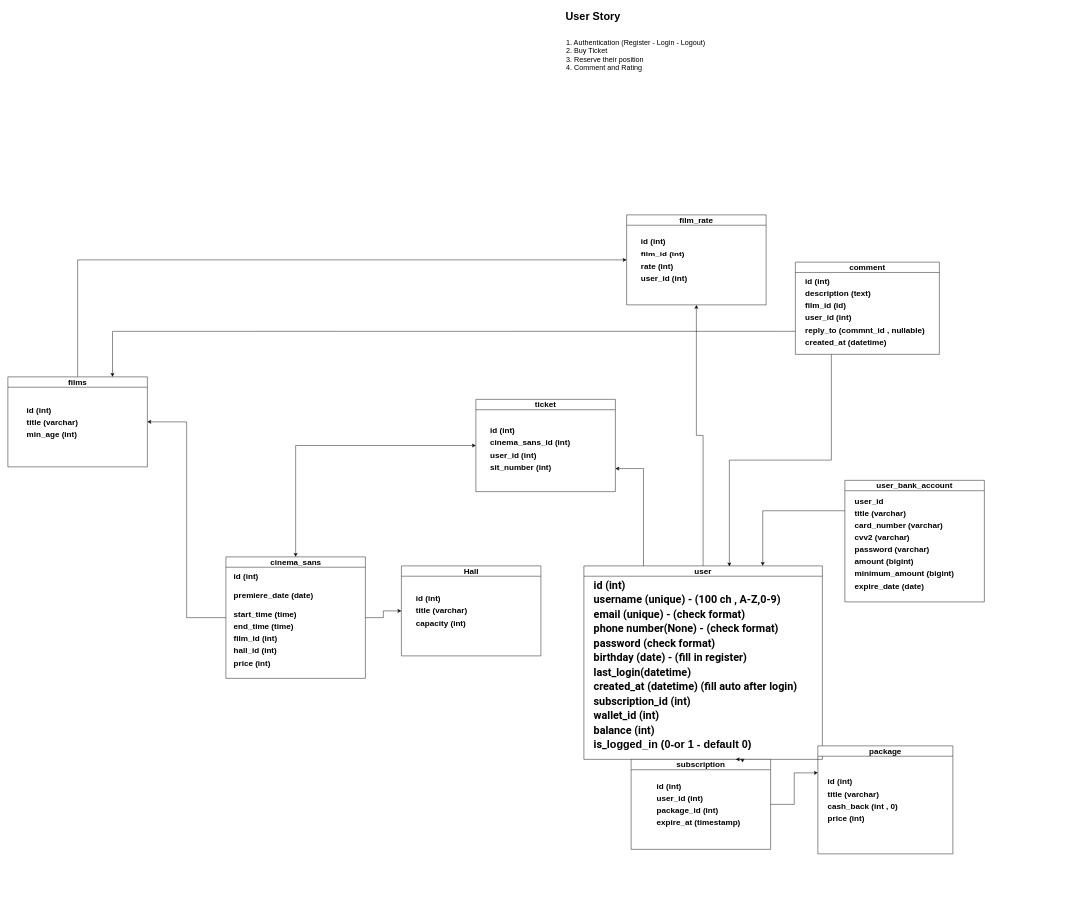
Earlier version of the draw.io diagram cinema-ticket.drawio (mraghdasi/cinema-ticket). Source tidied: cells renumbered, new cells numbered last; positions are measured from the earlier drawing's top-left corner, leaving out a move shared by most shapes. Both pictures are drawn from the tidied source at 45%, with x=0, y=0 at pixel (8, 8).
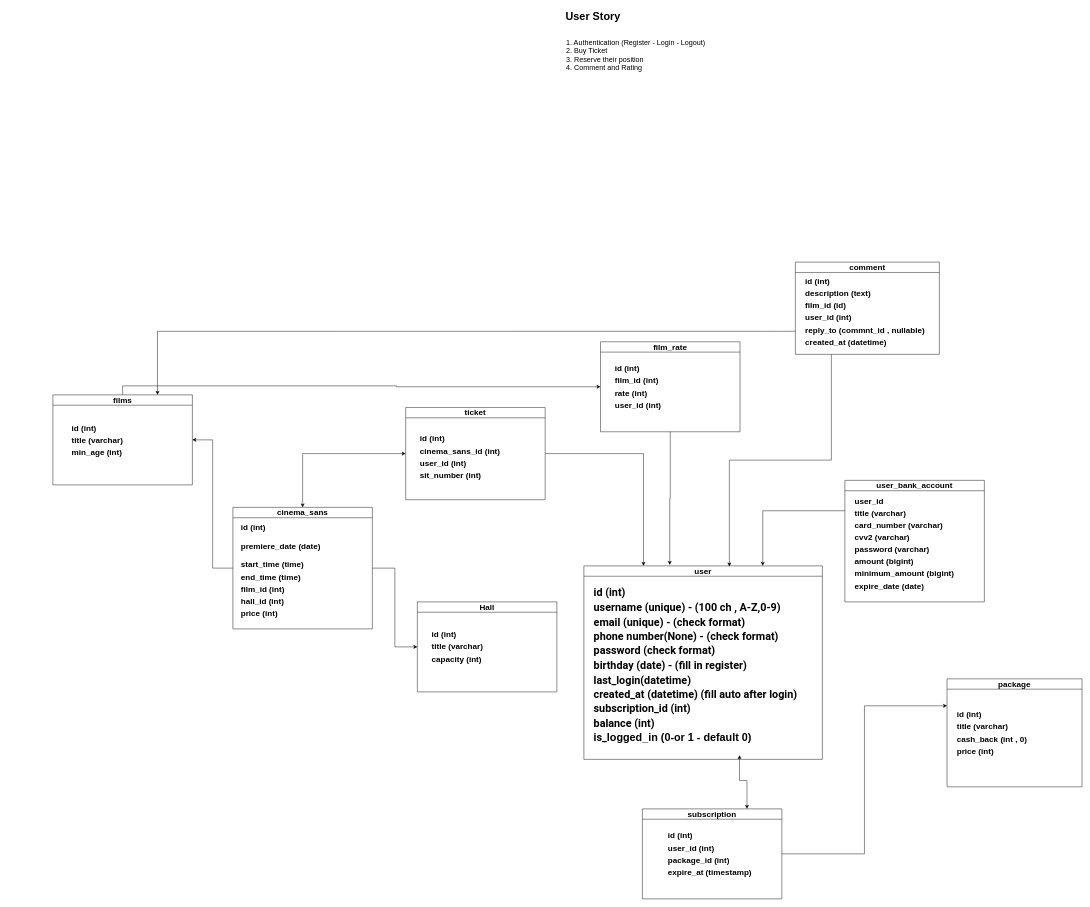
The same page after the edit.

Unchanged cells that the change refers to:
```xml
<mxCell id="8" value="&lt;h2&gt;user&lt;/h2&gt;" style="swimlane;whiteSpace=wrap;html=1;" parent="1" vertex="1">
  <mxGeometry x="1280" y="1240" width="530" height="430" as="geometry" />
</mxCell>
```

Diff of the diagram source:
```diff
@@
     <mxCell id="4" value="&lt;span style=&quot;font-size: 16px;&quot;&gt;&lt;br&gt;&lt;/span&gt;" style="text;html=1;align=left;verticalAlign=middle;strokeColor=none;fillColor=none;" parent="1" vertex="1">
-      <mxGeometry x="1330" y="850" width="20" height="30" as="geometry" />
+      <mxGeometry x="1174" y="868" width="20" height="30" as="geometry" />
     </mxCell>
@@
-    <mxCell id="6" style="edgeStyle=orthogonalEdgeStyle;rounded=0;jettySize=auto;html=1;exitX=0.25;exitY=0;exitDx=0;exitDy=0;entryX=1;entryY=0.75;entryDx=0;entryDy=0;shadow=0;" parent="1" edge="1" source="8" target="24">
-      <mxGeometry relative="1" as="geometry" />
-    </mxCell>
-    <mxCell id="7" style="edgeStyle=orthogonalEdgeStyle;rounded=0;jettySize=auto;html=1;exitX=0.5;exitY=0;exitDx=0;exitDy=0;entryX=0.5;entryY=1;entryDx=0;entryDy=0;" parent="1" edge="1" source="8" target="28">
-      <mxGeometry relative="1" as="geometry" />
-    </mxCell>
@@
-    <mxCell id="9" value="&lt;h1 style=&quot;border-color: var(--border-color); line-height: 130%; font-size: 24px;&quot;&gt;&lt;font style=&quot;font-size: 24px;&quot; face=&quot;Roboto, arial, sans-serif&quot;&gt;id (int)&lt;br&gt;&lt;/font&gt;&lt;font style=&quot;font-size: 24px;&quot; face=&quot;Roboto, arial, sans-serif&quot;&gt;&lt;span style=&quot;&quot;&gt;username (unique) - (100 ch , A-Z,0-9)&lt;br&gt;&lt;/span&gt;&lt;/font&gt;&lt;font style=&quot;font-size: 24px;&quot; face=&quot;Roboto, arial, sans-serif&quot;&gt;&lt;span style=&quot;&quot;&gt;email (unique) - (check format)&lt;br&gt;&lt;/span&gt;&lt;/font&gt;&lt;font style=&quot;font-size: 24px;&quot; face=&quot;Roboto, arial, sans-serif&quot;&gt;&lt;span style=&quot;&quot;&gt;phone number(None) - (check format)&lt;br&gt;&lt;/span&gt;&lt;/font&gt;&lt;font style=&quot;font-size: 24px;&quot; face=&quot;Roboto, arial, sans-serif&quot;&gt;&lt;span style=&quot;&quot;&gt;password (check format)&lt;br&gt;&lt;/span&gt;&lt;/font&gt;&lt;font style=&quot;font-size: 24px;&quot; face=&quot;Roboto, arial, sans-serif&quot;&gt;&lt;span style=&quot;&quot;&gt;birthday (date) - (fill in register)&lt;br&gt;&lt;/span&gt;&lt;/font&gt;&lt;font style=&quot;font-size: 24px;&quot; face=&quot;Roboto, arial, sans-serif&quot;&gt;&lt;span style=&quot;&quot;&gt;last_login(datetime)&lt;br&gt;&lt;/span&gt;&lt;/font&gt;&lt;font style=&quot;font-size: 24px;&quot; face=&quot;Roboto, arial, sans-serif&quot;&gt;&lt;span style=&quot;&quot;&gt;created_at (datetime) (fill auto after login)&lt;br&gt;&lt;/span&gt;&lt;/font&gt;&lt;font style=&quot;font-size: 24px;&quot; face=&quot;Roboto, arial, sans-serif&quot;&gt;&lt;span style=&quot;&quot;&gt;subscription_id (int)&lt;br&gt;&lt;/span&gt;&lt;/font&gt;&lt;font style=&quot;font-size: 24px;&quot; face=&quot;Roboto, arial, sans-serif&quot;&gt;&lt;span style=&quot;&quot;&gt;wallet_id (int)&lt;br&gt;&lt;/span&gt;&lt;/font&gt;&lt;font style=&quot;font-size: 24px;&quot; face=&quot;Roboto, arial, sans-serif&quot;&gt;balance (int)&lt;br&gt;is_&lt;/font&gt;logged_in (0-or 1 - default 0)&lt;br&gt;&lt;/h1&gt;" style="text;html=1;align=left;verticalAlign=middle;points=[];" parent="8" vertex="1">
-      <mxGeometry x="20" y="10" width="500" height="420" as="geometry" />
+    <mxCell id="9" value="&lt;h1 style=&quot;border-color: var(--border-color); line-height: 130%; font-size: 24px;&quot;&gt;&lt;font style=&quot;font-size: 24px;&quot; face=&quot;Roboto, arial, sans-serif&quot;&gt;id (int)&lt;br&gt;&lt;/font&gt;&lt;font style=&quot;font-size: 24px;&quot; face=&quot;Roboto, arial, sans-serif&quot;&gt;&lt;span style=&quot;&quot;&gt;username (unique) - (100 ch , A-Z,0-9)&lt;br&gt;&lt;/span&gt;&lt;/font&gt;&lt;font style=&quot;font-size: 24px;&quot; face=&quot;Roboto, arial, sans-serif&quot;&gt;&lt;span style=&quot;&quot;&gt;email (unique) - (check format)&lt;br&gt;&lt;/span&gt;&lt;/font&gt;&lt;font style=&quot;font-size: 24px;&quot; face=&quot;Roboto, arial, sans-serif&quot;&gt;&lt;span style=&quot;&quot;&gt;phone number(None) - (check format)&lt;br&gt;&lt;/span&gt;&lt;/font&gt;&lt;font style=&quot;font-size: 24px;&quot; face=&quot;Roboto, arial, sans-serif&quot;&gt;&lt;span style=&quot;&quot;&gt;password (check format)&lt;br&gt;&lt;/span&gt;&lt;/font&gt;&lt;font style=&quot;font-size: 24px;&quot; face=&quot;Roboto, arial, sans-serif&quot;&gt;&lt;span style=&quot;&quot;&gt;birthday (date) - (fill in register)&lt;br&gt;&lt;/span&gt;&lt;/font&gt;&lt;font style=&quot;font-size: 24px;&quot; face=&quot;Roboto, arial, sans-serif&quot;&gt;&lt;span style=&quot;&quot;&gt;last_login(datetime)&lt;br&gt;&lt;/span&gt;&lt;/font&gt;&lt;font style=&quot;font-size: 24px;&quot; face=&quot;Roboto, arial, sans-serif&quot;&gt;&lt;span style=&quot;&quot;&gt;created_at (datetime) (fill auto after login)&lt;br&gt;&lt;/span&gt;&lt;/font&gt;&lt;font style=&quot;font-size: 24px;&quot; face=&quot;Roboto, arial, sans-serif&quot;&gt;&lt;span style=&quot;&quot;&gt;subscription_id (int)&lt;br&gt;&lt;/span&gt;&lt;/font&gt;&lt;font style=&quot;font-size: 24px;&quot; face=&quot;Roboto, arial, sans-serif&quot;&gt;balance (int)&lt;br&gt;is_&lt;/font&gt;logged_in (0-or 1 - default 0)&lt;br&gt;&lt;/h1&gt;" style="text;html=1;align=left;verticalAlign=middle;points=[];" parent="8" vertex="1">
+      <mxGeometry x="20" y="27" width="490" height="387" as="geometry" />
     </mxCell>
@@
     <mxCell id="14" value="&lt;h2&gt;subscription&lt;/h2&gt;" style="swimlane;whiteSpace=wrap;html=1;" parent="1" vertex="1">
-      <mxGeometry x="1385" y="1670" width="310" height="200" as="geometry" />
+      <mxGeometry x="1410" y="1780" width="310" height="200" as="geometry" />
     </mxCell>
@@
-    <mxCell id="18" style="edgeStyle=orthogonalEdgeStyle;rounded=0;jettySize=auto;html=1;startArrow=none;startFill=0;endArrow=classic;endFill=1;" parent="1" edge="1" source="19" target="31">
+    <mxCell id="18" style="edgeStyle=orthogonalEdgeStyle;rounded=0;jettySize=auto;html=1;exitX=1;exitY=0.5;exitDx=0;exitDy=0;entryX=0;entryY=0.5;entryDx=0;entryDy=0;" parent="1" edge="1" source="19" target="31">
       <mxGeometry relative="1" as="geometry" />
     </mxCell>
     <mxCell id="19" value="&lt;h2&gt;cinema_sans&lt;/h2&gt;" style="swimlane;whiteSpace=wrap;html=1;" parent="1" vertex="1">
-      <mxGeometry x="484.5" y="1220" width="310" height="270" as="geometry" />
+      <mxGeometry x="500" y="1110" width="310" height="270" as="geometry" />
     </mxCell>
@@
     <mxCell id="22" value="&lt;h2&gt;films&lt;/h2&gt;" style="swimlane;whiteSpace=wrap;html=1;" parent="1" vertex="1">
-      <mxGeometry y="820" width="310" height="200" as="geometry" />
+      <mxGeometry x="100" y="860" width="310" height="200" as="geometry" />
     </mxCell>
@@
+    <mxCell id="37" style="edgeStyle=orthogonalEdgeStyle;rounded=0;jettySize=auto;html=1;exitX=1;exitY=0.5;exitDx=0;exitDy=0;entryX=0.25;entryY=0;entryDx=0;entryDy=0;" parent="1" edge="1" source="24" target="8">
+      <mxGeometry relative="1" as="geometry" />
+    </mxCell>
     <mxCell id="24" value="&lt;h2&gt;ticket&lt;/h2&gt;" style="swimlane;whiteSpace=wrap;html=1;" parent="1" vertex="1">
-      <mxGeometry x="1040" y="870" width="310" height="205" as="geometry" />
+      <mxGeometry x="884" y="888" width="310" height="205" as="geometry" />
     </mxCell>
@@
     <mxCell id="26" value="&lt;h2&gt;package&lt;/h2&gt;" style="swimlane;whiteSpace=wrap;html=1;" parent="1" vertex="1">
-      <mxGeometry x="1800" y="1640" width="300" height="240" as="geometry" />
+      <mxGeometry x="2087" y="1491" width="300" height="240" as="geometry" />
     </mxCell>
@@
+    <mxCell id="38" style="edgeStyle=orthogonalEdgeStyle;rounded=0;jettySize=auto;html=1;exitX=0.5;exitY=1;exitDx=0;exitDy=0;entryX=0.36;entryY=-0.005;entryDx=0;entryDy=0;entryPerimeter=0;" parent="1" edge="1" source="28" target="8">
+      <mxGeometry relative="1" as="geometry" />
+    </mxCell>
     <mxCell id="28" value="&lt;h2&gt;film_rate&lt;/h2&gt;" style="swimlane;whiteSpace=wrap;html=1;" parent="1" vertex="1">
-      <mxGeometry x="1375" y="460" width="310" height="200" as="geometry" />
+      <mxGeometry x="1317" y="742" width="310" height="200" as="geometry" />
     </mxCell>
@@
     <mxCell id="31" value="&lt;h2&gt;Hall&lt;/h2&gt;" style="swimlane;whiteSpace=wrap;html=1;" parent="1" vertex="1">
-      <mxGeometry x="874.5" y="1240" width="310" height="200" as="geometry" />
+      <mxGeometry x="910" y="1320" width="310" height="200" as="geometry" />
     </mxCell>
```
